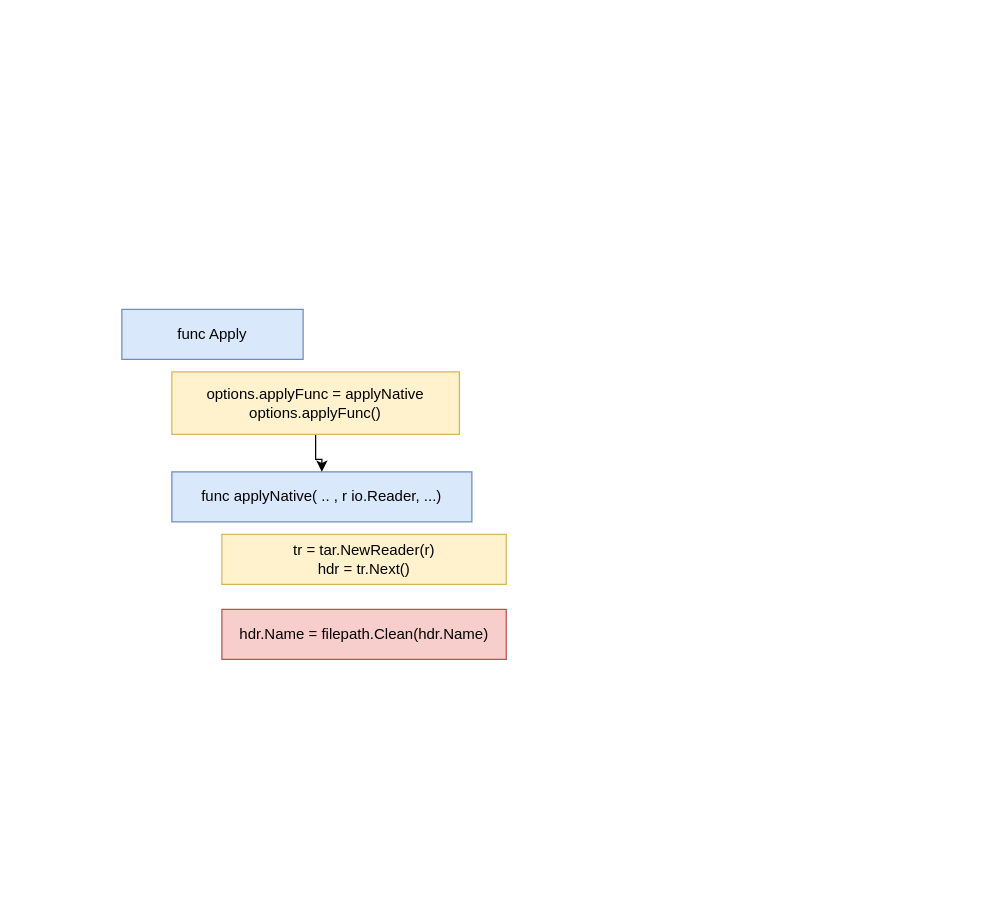
The draw.io diagram page "Page-1" (1 of 2) of containerd_tar.go.drawio in fr0g2s/diagrams, before the edit. Source tidied: cells renumbered, new cells numbered last; positions are measured from the earlier drawing's top-left corner, leaving out a move shared by most shapes. Both pictures are drawn from the tidied source at 125%, with x=0, y=0 at pixel (121, 309).
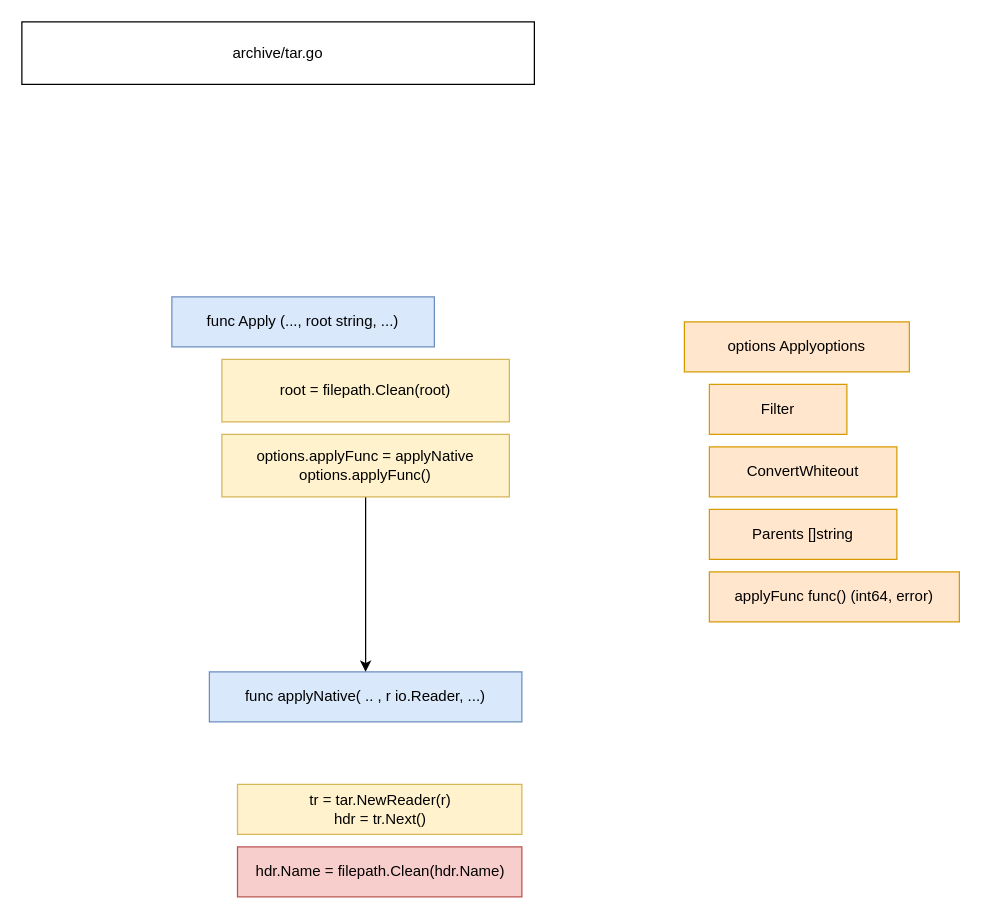
The same page after the edit.

Change to the diagram source:
```diff
@@
 <mxGraphModel>
   <root>
     <mxCell id="0" />
     <mxCell id="1" parent="0" />
     <mxCell id="2" value="hdr.Name = filepath.Clean(hdr.Name)" style="rounded=0;whiteSpace=wrap;html=1;fillColor=#f8cecc;strokeColor=#b85450;" parent="1" vertex="1">
-      <mxGeometry x="80" y="240" width="227.5" height="40" as="geometry" />
+      <mxGeometry x="92.5" y="430" width="227.5" height="40" as="geometry" />
     </mxCell>
     <mxCell id="3" value="func applyNative( .. , r io.Reader, ...)" style="rounded=0;whiteSpace=wrap;html=1;fillColor=#dae8fc;strokeColor=#6c8ebf;" parent="1" vertex="1">
-      <mxGeometry x="40" y="130" width="240" height="40" as="geometry" />
+      <mxGeometry x="70" y="290" width="250" height="40" as="geometry" />
     </mxCell>
-    <mxCell id="4" value="func Apply" style="rounded=0;whiteSpace=wrap;html=1;fillColor=#dae8fc;strokeColor=#6c8ebf;" parent="1" vertex="1">
-      <mxGeometry width="145" height="40" as="geometry" />
+    <mxCell id="4" value="func Apply (..., root string, ...)" style="rounded=0;whiteSpace=wrap;html=1;fillColor=#dae8fc;strokeColor=#6c8ebf;" parent="1" vertex="1">
+      <mxGeometry x="40" y="-10" width="210" height="40" as="geometry" />
     </mxCell>
     <mxCell id="5" style="edgeStyle=orthogonalEdgeStyle;rounded=0;jettySize=auto;html=1;" parent="1" edge="1" source="6" target="3">
       <mxGeometry relative="1" as="geometry" />
     </mxCell>
     <mxCell id="6" value="options.applyFunc = applyNative&lt;br&gt;options.applyFunc()" style="rounded=0;whiteSpace=wrap;html=1;fillColor=#fff2cc;strokeColor=#d6b656;" parent="1" vertex="1">
-      <mxGeometry x="40" y="50" width="230" height="50" as="geometry" />
+      <mxGeometry x="80" y="100" width="230" height="50" as="geometry" />
     </mxCell>
     <mxCell id="7" value="tr = tar.NewReader(r)&lt;br&gt;hdr = tr.Next()" style="rounded=0;whiteSpace=wrap;html=1;fillColor=#fff2cc;strokeColor=#d6b656;" parent="1" vertex="1">
-      <mxGeometry x="80" y="180" width="227.5" height="40" as="geometry" />
+      <mxGeometry x="92.5" y="380" width="227.5" height="40" as="geometry" />
     </mxCell>
+    <mxCell id="8" value="archive/tar.go" style="rounded=0;whiteSpace=wrap;html=1;" parent="1" vertex="1">
+      <mxGeometry x="-80" y="-230" width="410" height="50" as="geometry" />
+    </mxCell>
+    <mxCell id="9" value="options Applyoptions" style="rounded=0;whiteSpace=wrap;html=1;fillColor=#ffe6cc;strokeColor=#d79b00;" parent="1" vertex="1">
+      <mxGeometry x="450" y="10" width="180" height="40" as="geometry" />
+    </mxCell>
+    <mxCell id="10" value="Filter" style="rounded=0;whiteSpace=wrap;html=1;fillColor=#ffe6cc;strokeColor=#d79b00;" parent="1" vertex="1">
+      <mxGeometry x="470" y="60" width="110" height="40" as="geometry" />
+    </mxCell>
+    <mxCell id="11" value="ConvertWhiteout" style="rounded=0;whiteSpace=wrap;html=1;fillColor=#ffe6cc;strokeColor=#d79b00;" parent="1" vertex="1">
+      <mxGeometry x="470" y="110" width="150" height="40" as="geometry" />
+    </mxCell>
+    <mxCell id="12" value="Parents []string" style="rounded=0;whiteSpace=wrap;html=1;fillColor=#ffe6cc;strokeColor=#d79b00;" parent="1" vertex="1">
+      <mxGeometry x="470" y="160" width="150" height="40" as="geometry" />
+    </mxCell>
+    <mxCell id="13" value="applyFunc func() (int64, error)" style="rounded=0;whiteSpace=wrap;html=1;fillColor=#ffe6cc;strokeColor=#d79b00;" parent="1" vertex="1">
+      <mxGeometry x="470" y="210" width="200" height="40" as="geometry" />
+    </mxCell>
+    <mxCell id="14" value="root = filepath.Clean(root)" style="rounded=0;whiteSpace=wrap;html=1;fillColor=#fff2cc;strokeColor=#d6b656;" parent="1" vertex="1">
+      <mxGeometry x="80" y="40" width="230" height="50" as="geometry" />
+    </mxCell>
   </root>
 </mxGraphModel>
```
